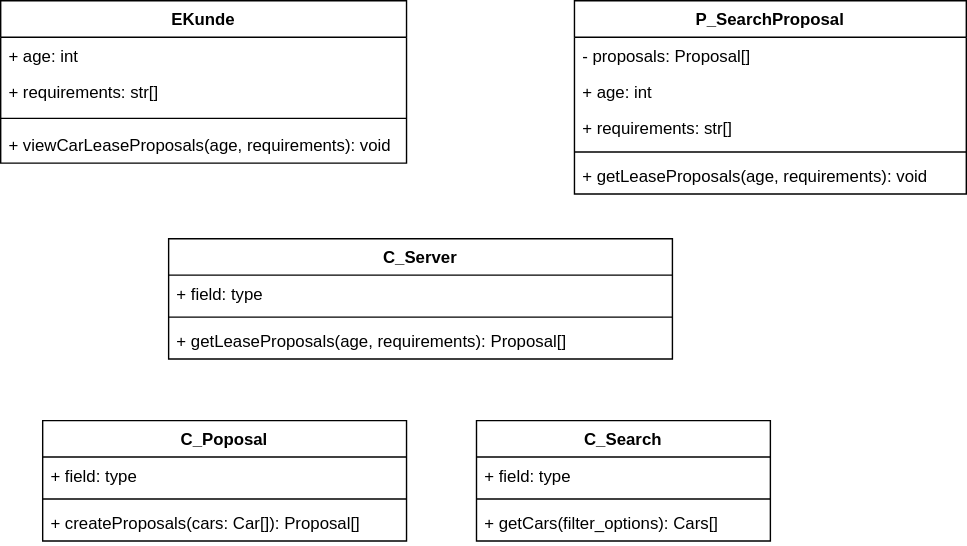
Earlier version of the draw.io export sw-eng-06.drawio.svg (MassimiIiano/software-eng-projects-uni). Source tidied: cells renumbered, new cells last; positions are measured from the earlier drawing's top-left corner, leaving out a move shared by most shapes. Its diagram source:
```xml
<mxGraphModel>
  <root>
    <mxCell id="0" />
    <mxCell id="1" parent="0" />
    <mxCell id="2" value="EKunde" style="swimlane;fontStyle=1;align=center;verticalAlign=top;horizontal=1;startSize=26;whiteSpace=wrap;html=1;" parent="1" vertex="1">
      <mxGeometry width="290" height="116" as="geometry" />
    </mxCell>
    <mxCell id="3" value="&lt;div&gt;+ age: int&lt;/div&gt;" style="text;strokeColor=none;fillColor=none;align=left;verticalAlign=top;spacingLeft=4;spacingRight=4;overflow=hidden;whiteSpace=wrap;html=1;" parent="2" vertex="1">
      <mxGeometry y="26" width="290" height="26" as="geometry" />
    </mxCell>
    <mxCell id="4" value="&lt;div&gt;+ requirements: str[]&lt;br&gt;&lt;/div&gt;" style="text;strokeColor=none;fillColor=none;align=left;verticalAlign=top;spacingLeft=4;spacingRight=4;overflow=hidden;whiteSpace=wrap;html=1;" parent="2" vertex="1">
      <mxGeometry y="52" width="290" height="26" as="geometry" />
    </mxCell>
    <mxCell id="5" style="line;strokeWidth=1;fillColor=none;align=left;verticalAlign=middle;spacingTop=-1;spacingLeft=3;spacingRight=3;labelPosition=right;strokeColor=inherit;" parent="2" vertex="1">
      <mxGeometry y="78" width="290" height="12" as="geometry" />
    </mxCell>
    <mxCell id="6" value="+ viewCarLeaseProposals(age, requirements): void" style="text;strokeColor=none;fillColor=none;align=left;verticalAlign=top;spacingLeft=4;spacingRight=4;overflow=hidden;whiteSpace=wrap;html=1;" parent="2" vertex="1">
      <mxGeometry y="90" width="290" height="26" as="geometry" />
    </mxCell>
    <mxCell id="7" value="P_SearchProposal" style="swimlane;fontStyle=1;align=center;verticalAlign=top;horizontal=1;startSize=26;whiteSpace=wrap;html=1;" parent="1" vertex="1">
      <mxGeometry x="410" width="280" height="138" as="geometry" />
    </mxCell>
    <mxCell id="8" value="- proposals: Proposal[]" style="text;strokeColor=none;fillColor=none;align=left;verticalAlign=top;spacingLeft=4;spacingRight=4;overflow=hidden;whiteSpace=wrap;html=1;" parent="7" vertex="1">
      <mxGeometry y="26" width="280" height="26" as="geometry" />
    </mxCell>
    <mxCell id="9" value="+ age: int" style="text;strokeColor=none;fillColor=none;align=left;verticalAlign=top;spacingLeft=4;spacingRight=4;overflow=hidden;whiteSpace=wrap;html=1;" parent="7" vertex="1">
      <mxGeometry y="52" width="280" height="26" as="geometry" />
    </mxCell>
    <mxCell id="10" value="+ requirements: str[]" style="text;strokeColor=none;fillColor=none;align=left;verticalAlign=top;spacingLeft=4;spacingRight=4;overflow=hidden;whiteSpace=wrap;html=1;" parent="7" vertex="1">
      <mxGeometry y="78" width="280" height="26" as="geometry" />
    </mxCell>
    <mxCell id="11" style="line;strokeWidth=1;fillColor=none;align=left;verticalAlign=middle;spacingTop=-1;spacingLeft=3;spacingRight=3;labelPosition=right;strokeColor=inherit;" parent="7" vertex="1">
      <mxGeometry y="104" width="280" height="8" as="geometry" />
    </mxCell>
    <mxCell id="12" value="+ getLeaseProposals(age, requirements): void" style="text;strokeColor=none;fillColor=none;align=left;verticalAlign=top;spacingLeft=4;spacingRight=4;overflow=hidden;whiteSpace=wrap;html=1;" parent="7" vertex="1">
      <mxGeometry y="112" width="280" height="26" as="geometry" />
    </mxCell>
    <mxCell id="13" value="C_Server" style="swimlane;fontStyle=1;align=center;verticalAlign=top;horizontal=1;startSize=26;whiteSpace=wrap;html=1;" parent="1" vertex="1">
      <mxGeometry x="120" y="170" width="360" height="86" as="geometry" />
    </mxCell>
    <mxCell id="14" value="+ field: type" style="text;strokeColor=none;fillColor=none;align=left;verticalAlign=top;spacingLeft=4;spacingRight=4;overflow=hidden;whiteSpace=wrap;html=1;" parent="13" vertex="1">
      <mxGeometry y="26" width="360" height="26" as="geometry" />
    </mxCell>
    <mxCell id="15" style="line;strokeWidth=1;fillColor=none;align=left;verticalAlign=middle;spacingTop=-1;spacingLeft=3;spacingRight=3;labelPosition=right;strokeColor=inherit;" parent="13" vertex="1">
      <mxGeometry y="52" width="360" height="8" as="geometry" />
    </mxCell>
    <mxCell id="16" value="+ getLeaseProposals(age, requirements): Proposal[]" style="text;strokeColor=none;fillColor=none;align=left;verticalAlign=top;spacingLeft=4;spacingRight=4;overflow=hidden;whiteSpace=wrap;html=1;" parent="13" vertex="1">
      <mxGeometry y="60" width="360" height="26" as="geometry" />
    </mxCell>
    <mxCell id="17" value="C_Poposal" style="swimlane;fontStyle=1;align=center;verticalAlign=top;horizontal=1;startSize=26;whiteSpace=wrap;html=1;" parent="1" vertex="1">
      <mxGeometry x="30" y="300" width="260" height="86" as="geometry" />
    </mxCell>
    <mxCell id="18" value="+ field: type" style="text;strokeColor=none;fillColor=none;align=left;verticalAlign=top;spacingLeft=4;spacingRight=4;overflow=hidden;whiteSpace=wrap;html=1;" parent="17" vertex="1">
      <mxGeometry y="26" width="260" height="26" as="geometry" />
    </mxCell>
    <mxCell id="19" style="line;strokeWidth=1;fillColor=none;align=left;verticalAlign=middle;spacingTop=-1;spacingLeft=3;spacingRight=3;labelPosition=right;strokeColor=inherit;" parent="17" vertex="1">
      <mxGeometry y="52" width="260" height="8" as="geometry" />
    </mxCell>
    <mxCell id="20" value="+ createProposals(cars: Car[]): Proposal[]" style="text;strokeColor=none;fillColor=none;align=left;verticalAlign=top;spacingLeft=4;spacingRight=4;overflow=hidden;whiteSpace=wrap;html=1;" parent="17" vertex="1">
      <mxGeometry y="60" width="260" height="26" as="geometry" />
    </mxCell>
    <mxCell id="21" value="C_Search" style="swimlane;fontStyle=1;align=center;verticalAlign=top;horizontal=1;startSize=26;whiteSpace=wrap;html=1;" parent="1" vertex="1">
      <mxGeometry x="340" y="300" width="210" height="86" as="geometry" />
    </mxCell>
    <mxCell id="22" value="+ field: type" style="text;strokeColor=none;fillColor=none;align=left;verticalAlign=top;spacingLeft=4;spacingRight=4;overflow=hidden;whiteSpace=wrap;html=1;" parent="21" vertex="1">
      <mxGeometry y="26" width="210" height="26" as="geometry" />
    </mxCell>
    <mxCell id="23" style="line;strokeWidth=1;fillColor=none;align=left;verticalAlign=middle;spacingTop=-1;spacingLeft=3;spacingRight=3;labelPosition=right;strokeColor=inherit;" parent="21" vertex="1">
      <mxGeometry y="52" width="210" height="8" as="geometry" />
    </mxCell>
    <mxCell id="24" value="+ getCars(filter_options): Cars[]" style="text;strokeColor=none;fillColor=none;align=left;verticalAlign=top;spacingLeft=4;spacingRight=4;overflow=hidden;whiteSpace=wrap;html=1;" parent="21" vertex="1">
      <mxGeometry y="60" width="210" height="26" as="geometry" />
    </mxCell>
  </root>
</mxGraphModel>
```
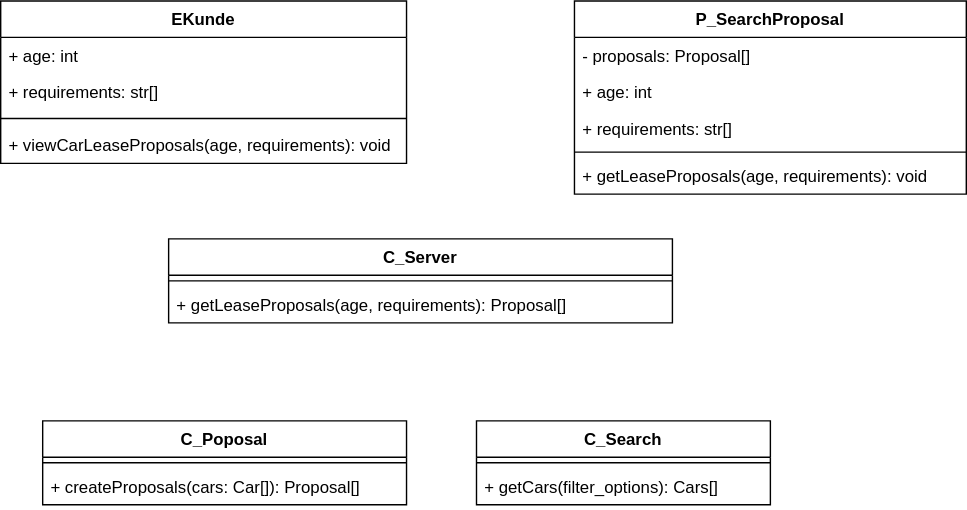
Above is the later version.

Diff of the diagram source:
```diff
@@ -36,40 +36,31 @@
       <mxGeometry y="112" width="280" height="26" as="geometry" />
     </mxCell>
     <mxCell id="13" value="C_Server" style="swimlane;fontStyle=1;align=center;verticalAlign=top;horizontal=1;startSize=26;whiteSpace=wrap;html=1;" parent="1" vertex="1">
-      <mxGeometry x="120" y="170" width="360" height="86" as="geometry" />
+      <mxGeometry x="120" y="170" width="360" height="60" as="geometry" />
     </mxCell>
-    <mxCell id="14" value="+ field: type" style="text;strokeColor=none;fillColor=none;align=left;verticalAlign=top;spacingLeft=4;spacingRight=4;overflow=hidden;whiteSpace=wrap;html=1;" parent="13" vertex="1">
-      <mxGeometry y="26" width="360" height="26" as="geometry" />
-    </mxCell>
     <mxCell id="15" style="line;strokeWidth=1;fillColor=none;align=left;verticalAlign=middle;spacingTop=-1;spacingLeft=3;spacingRight=3;labelPosition=right;strokeColor=inherit;" parent="13" vertex="1">
-      <mxGeometry y="52" width="360" height="8" as="geometry" />
+      <mxGeometry y="26" width="360" height="8" as="geometry" />
     </mxCell>
     <mxCell id="16" value="+ getLeaseProposals(age, requirements): Proposal[]" style="text;strokeColor=none;fillColor=none;align=left;verticalAlign=top;spacingLeft=4;spacingRight=4;overflow=hidden;whiteSpace=wrap;html=1;" parent="13" vertex="1">
-      <mxGeometry y="60" width="360" height="26" as="geometry" />
+      <mxGeometry y="34" width="360" height="26" as="geometry" />
     </mxCell>
     <mxCell id="17" value="C_Poposal" style="swimlane;fontStyle=1;align=center;verticalAlign=top;horizontal=1;startSize=26;whiteSpace=wrap;html=1;" parent="1" vertex="1">
-      <mxGeometry x="30" y="300" width="260" height="86" as="geometry" />
+      <mxGeometry x="30" y="300" width="260" height="60" as="geometry" />
     </mxCell>
-    <mxCell id="18" value="+ field: type" style="text;strokeColor=none;fillColor=none;align=left;verticalAlign=top;spacingLeft=4;spacingRight=4;overflow=hidden;whiteSpace=wrap;html=1;" parent="17" vertex="1">
-      <mxGeometry y="26" width="260" height="26" as="geometry" />
-    </mxCell>
     <mxCell id="19" style="line;strokeWidth=1;fillColor=none;align=left;verticalAlign=middle;spacingTop=-1;spacingLeft=3;spacingRight=3;labelPosition=right;strokeColor=inherit;" parent="17" vertex="1">
-      <mxGeometry y="52" width="260" height="8" as="geometry" />
+      <mxGeometry y="26" width="260" height="8" as="geometry" />
     </mxCell>
     <mxCell id="20" value="+ createProposals(cars: Car[]): Proposal[]" style="text;strokeColor=none;fillColor=none;align=left;verticalAlign=top;spacingLeft=4;spacingRight=4;overflow=hidden;whiteSpace=wrap;html=1;" parent="17" vertex="1">
-      <mxGeometry y="60" width="260" height="26" as="geometry" />
+      <mxGeometry y="34" width="260" height="26" as="geometry" />
     </mxCell>
     <mxCell id="21" value="C_Search" style="swimlane;fontStyle=1;align=center;verticalAlign=top;horizontal=1;startSize=26;whiteSpace=wrap;html=1;" parent="1" vertex="1">
-      <mxGeometry x="340" y="300" width="210" height="86" as="geometry" />
+      <mxGeometry x="340" y="300" width="210" height="60" as="geometry" />
     </mxCell>
-    <mxCell id="22" value="+ field: type" style="text;strokeColor=none;fillColor=none;align=left;verticalAlign=top;spacingLeft=4;spacingRight=4;overflow=hidden;whiteSpace=wrap;html=1;" parent="21" vertex="1">
-      <mxGeometry y="26" width="210" height="26" as="geometry" />
-    </mxCell>
     <mxCell id="23" style="line;strokeWidth=1;fillColor=none;align=left;verticalAlign=middle;spacingTop=-1;spacingLeft=3;spacingRight=3;labelPosition=right;strokeColor=inherit;" parent="21" vertex="1">
-      <mxGeometry y="52" width="210" height="8" as="geometry" />
+      <mxGeometry y="26" width="210" height="8" as="geometry" />
     </mxCell>
     <mxCell id="24" value="+ getCars(filter_options): Cars[]" style="text;strokeColor=none;fillColor=none;align=left;verticalAlign=top;spacingLeft=4;spacingRight=4;overflow=hidden;whiteSpace=wrap;html=1;" parent="21" vertex="1">
-      <mxGeometry y="60" width="210" height="26" as="geometry" />
+      <mxGeometry y="34" width="210" height="26" as="geometry" />
     </mxCell>
   </root>
 </mxGraphModel>
```
